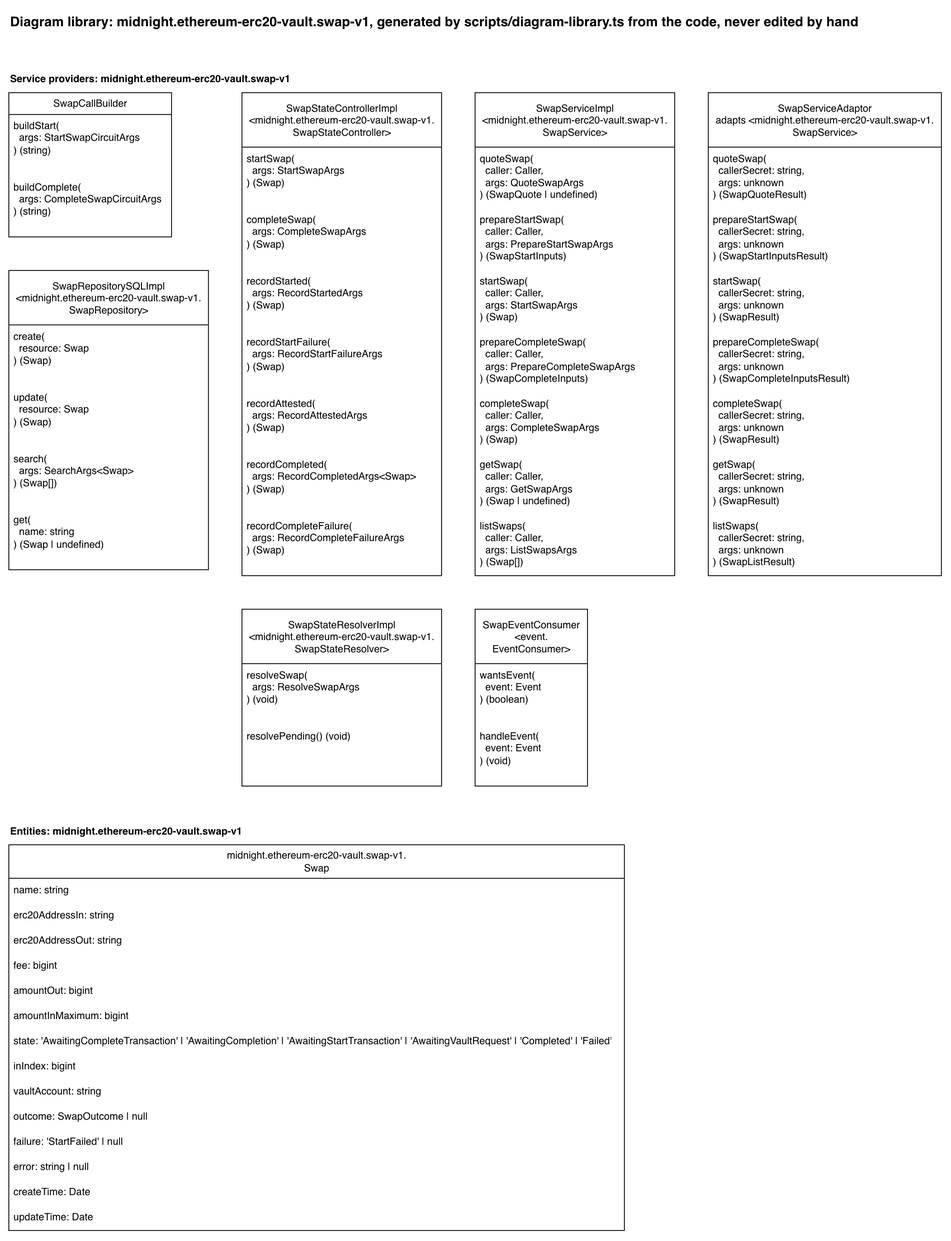
Earlier version of the draw.io export docs/diagram-library/midnight/ethereum-erc20-vault/swap-v1/diagram-library.drawio.png (sig-net/full-stack-demo). Source tidied: cells renumbered, new cells last; positions are measured from the earlier drawing's top-left corner, leaving out a move shared by most shapes.
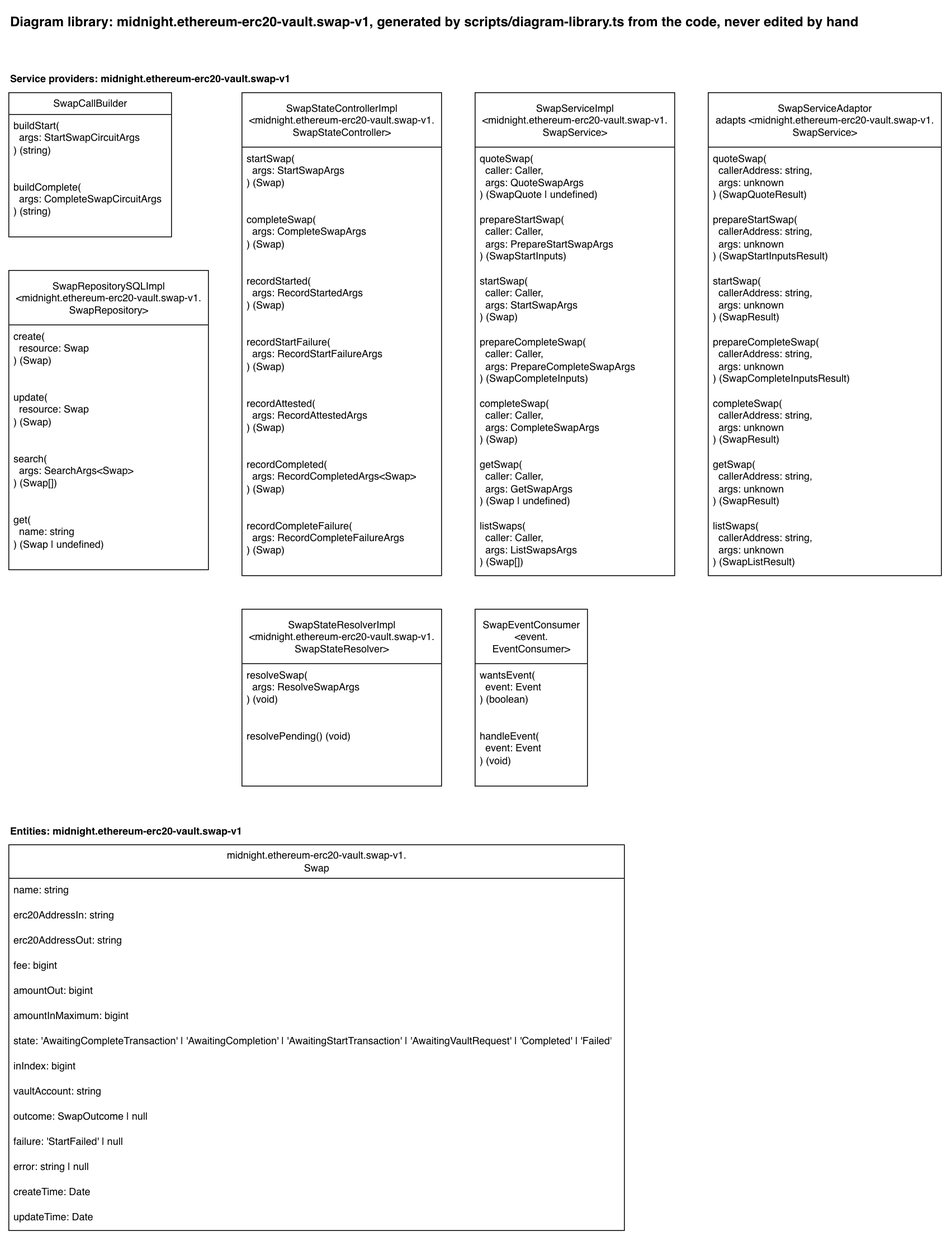
Later version of the same file.

Change to the diagram source:
```diff
@@ -101,25 +101,25 @@
     <mxCell id="34" value="SwapServiceAdaptor&lt;br&gt;adapts &amp;lt;midnight.ethereum-erc20-vault.swap-v1.&lt;br&gt;SwapService&amp;gt;" style="swimlane;fontStyle=0;horizontal=1;startSize=65;fillColor=default;html=1;fillStyle=solid;" parent="1" vertex="1">
       <mxGeometry x="834" y="100" width="278" height="576" as="geometry" />
     </mxCell>
-    <mxCell id="35" value="quoteSwap(&lt;br&gt;&amp;nbsp; callerSecret: string,&lt;br&gt;&amp;nbsp; args: unknown&lt;br&gt;) (SwapQuoteResult)" style="text;strokeColor=none;fillColor=none;align=left;verticalAlign=top;spacingLeft=4;spacingRight=4;overflow=hidden;whiteSpace=wrap;html=1;" parent="34" vertex="1">
+    <mxCell id="35" value="quoteSwap(&lt;br&gt;&amp;nbsp; callerAddress: string,&lt;br&gt;&amp;nbsp; args: unknown&lt;br&gt;) (SwapQuoteResult)" style="text;strokeColor=none;fillColor=none;align=left;verticalAlign=top;spacingLeft=4;spacingRight=4;overflow=hidden;whiteSpace=wrap;html=1;" parent="34" vertex="1">
       <mxGeometry y="65" width="278" height="73" as="geometry" />
     </mxCell>
-    <mxCell id="36" value="prepareStartSwap(&lt;br&gt;&amp;nbsp; callerSecret: string,&lt;br&gt;&amp;nbsp; args: unknown&lt;br&gt;) (SwapStartInputsResult)" style="text;strokeColor=none;fillColor=none;align=left;verticalAlign=top;spacingLeft=4;spacingRight=4;overflow=hidden;whiteSpace=wrap;html=1;" parent="34" vertex="1">
+    <mxCell id="36" value="prepareStartSwap(&lt;br&gt;&amp;nbsp; callerAddress: string,&lt;br&gt;&amp;nbsp; args: unknown&lt;br&gt;) (SwapStartInputsResult)" style="text;strokeColor=none;fillColor=none;align=left;verticalAlign=top;spacingLeft=4;spacingRight=4;overflow=hidden;whiteSpace=wrap;html=1;" parent="34" vertex="1">
       <mxGeometry y="138" width="278" height="73" as="geometry" />
     </mxCell>
-    <mxCell id="37" value="startSwap(&lt;br&gt;&amp;nbsp; callerSecret: string,&lt;br&gt;&amp;nbsp; args: unknown&lt;br&gt;) (SwapResult)" style="text;strokeColor=none;fillColor=none;align=left;verticalAlign=top;spacingLeft=4;spacingRight=4;overflow=hidden;whiteSpace=wrap;html=1;" parent="34" vertex="1">
+    <mxCell id="37" value="startSwap(&lt;br&gt;&amp;nbsp; callerAddress: string,&lt;br&gt;&amp;nbsp; args: unknown&lt;br&gt;) (SwapResult)" style="text;strokeColor=none;fillColor=none;align=left;verticalAlign=top;spacingLeft=4;spacingRight=4;overflow=hidden;whiteSpace=wrap;html=1;" parent="34" vertex="1">
       <mxGeometry y="211" width="278" height="73" as="geometry" />
     </mxCell>
-    <mxCell id="38" value="prepareCompleteSwap(&lt;br&gt;&amp;nbsp; callerSecret: string,&lt;br&gt;&amp;nbsp; args: unknown&lt;br&gt;) (SwapCompleteInputsResult)" style="text;strokeColor=none;fillColor=none;align=left;verticalAlign=top;spacingLeft=4;spacingRight=4;overflow=hidden;whiteSpace=wrap;html=1;" parent="34" vertex="1">
+    <mxCell id="38" value="prepareCompleteSwap(&lt;br&gt;&amp;nbsp; callerAddress: string,&lt;br&gt;&amp;nbsp; args: unknown&lt;br&gt;) (SwapCompleteInputsResult)" style="text;strokeColor=none;fillColor=none;align=left;verticalAlign=top;spacingLeft=4;spacingRight=4;overflow=hidden;whiteSpace=wrap;html=1;" parent="34" vertex="1">
       <mxGeometry y="284" width="278" height="73" as="geometry" />
     </mxCell>
-    <mxCell id="39" value="completeSwap(&lt;br&gt;&amp;nbsp; callerSecret: string,&lt;br&gt;&amp;nbsp; args: unknown&lt;br&gt;) (SwapResult)" style="text;strokeColor=none;fillColor=none;align=left;verticalAlign=top;spacingLeft=4;spacingRight=4;overflow=hidden;whiteSpace=wrap;html=1;" parent="34" vertex="1">
+    <mxCell id="39" value="completeSwap(&lt;br&gt;&amp;nbsp; callerAddress: string,&lt;br&gt;&amp;nbsp; args: unknown&lt;br&gt;) (SwapResult)" style="text;strokeColor=none;fillColor=none;align=left;verticalAlign=top;spacingLeft=4;spacingRight=4;overflow=hidden;whiteSpace=wrap;html=1;" parent="34" vertex="1">
       <mxGeometry y="357" width="278" height="73" as="geometry" />
     </mxCell>
-    <mxCell id="40" value="getSwap(&lt;br&gt;&amp;nbsp; callerSecret: string,&lt;br&gt;&amp;nbsp; args: unknown&lt;br&gt;) (SwapResult)" style="text;strokeColor=none;fillColor=none;align=left;verticalAlign=top;spacingLeft=4;spacingRight=4;overflow=hidden;whiteSpace=wrap;html=1;" parent="34" vertex="1">
+    <mxCell id="40" value="getSwap(&lt;br&gt;&amp;nbsp; callerAddress: string,&lt;br&gt;&amp;nbsp; args: unknown&lt;br&gt;) (SwapResult)" style="text;strokeColor=none;fillColor=none;align=left;verticalAlign=top;spacingLeft=4;spacingRight=4;overflow=hidden;whiteSpace=wrap;html=1;" parent="34" vertex="1">
       <mxGeometry y="430" width="278" height="73" as="geometry" />
     </mxCell>
-    <mxCell id="41" value="listSwaps(&lt;br&gt;&amp;nbsp; callerSecret: string,&lt;br&gt;&amp;nbsp; args: unknown&lt;br&gt;) (SwapListResult)" style="text;strokeColor=none;fillColor=none;align=left;verticalAlign=top;spacingLeft=4;spacingRight=4;overflow=hidden;whiteSpace=wrap;html=1;" parent="34" vertex="1">
+    <mxCell id="41" value="listSwaps(&lt;br&gt;&amp;nbsp; callerAddress: string,&lt;br&gt;&amp;nbsp; args: unknown&lt;br&gt;) (SwapListResult)" style="text;strokeColor=none;fillColor=none;align=left;verticalAlign=top;spacingLeft=4;spacingRight=4;overflow=hidden;whiteSpace=wrap;html=1;" parent="34" vertex="1">
       <mxGeometry y="503" width="278" height="73" as="geometry" />
     </mxCell>
     <mxCell id="42" value="Entities: midnight.ethereum-erc20-vault.swap-v1" style="text;html=1;fontStyle=1;" parent="1" vertex="1">
```
